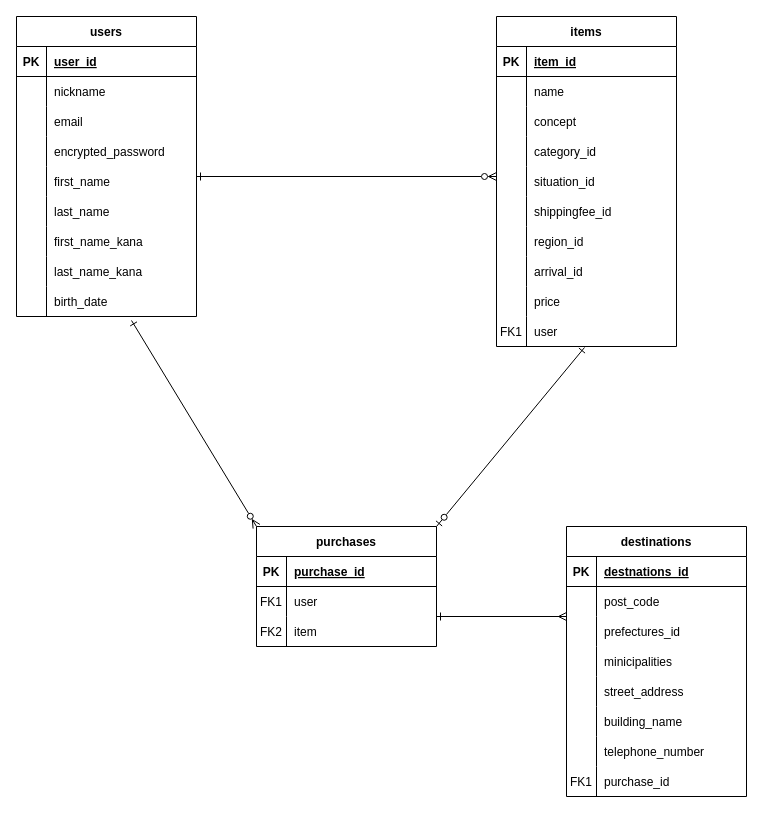
Before: db-blueprint.dio in n-ira-if/furima-41759, a draw.io diagram. Source tidied: cells renumbered, new cells numbered last; positions are measured from the earlier drawing's top-left corner, leaving out a move shared by most shapes. Both pictures are drawn from the tidied source at 100%, with x=0, y=0 at pixel (16, 16).
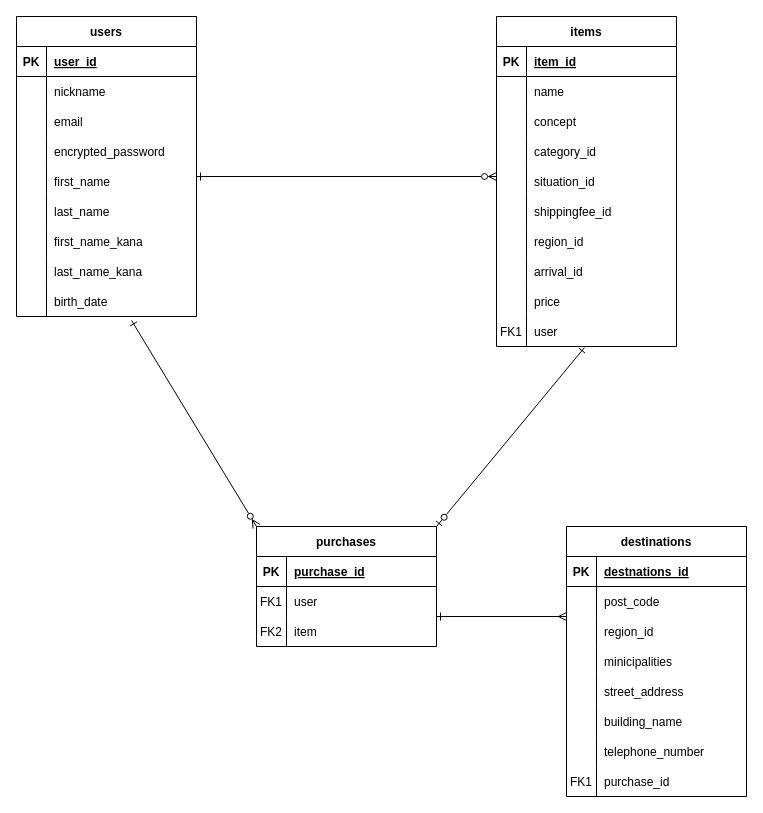
The same diagram, later.

Commit message (it also covers changes not shown here):
DB設計（再修正）

Unchanged cells that the change refers to:
```xml
<mxCell id="81" style="shape=tableRow;horizontal=0;startSize=0;swimlaneHead=0;swimlaneBody=0;fillColor=none;top=0;left=0;right=0;bottom=0;" parent="74" vertex="1">
  <mxGeometry y="90" width="180" height="30" as="geometry" />
</mxCell>
```

What changed in the source:
```diff
@@
-    <mxCell id="83" value="prefectures_id" style="shape=partialRectangle;fillColor=none;top=0;left=0;bottom=0;right=0;align=left;spacingLeft=6;overflow=hidden;" parent="81" vertex="1">
+    <mxCell id="83" value="region_id" style="shape=partialRectangle;fillColor=none;top=0;left=0;bottom=0;right=0;align=left;spacingLeft=6;overflow=hidden;" parent="81" vertex="1">
       <mxGeometry x="30" width="150" height="30" as="geometry" />
     </mxCell>
```
